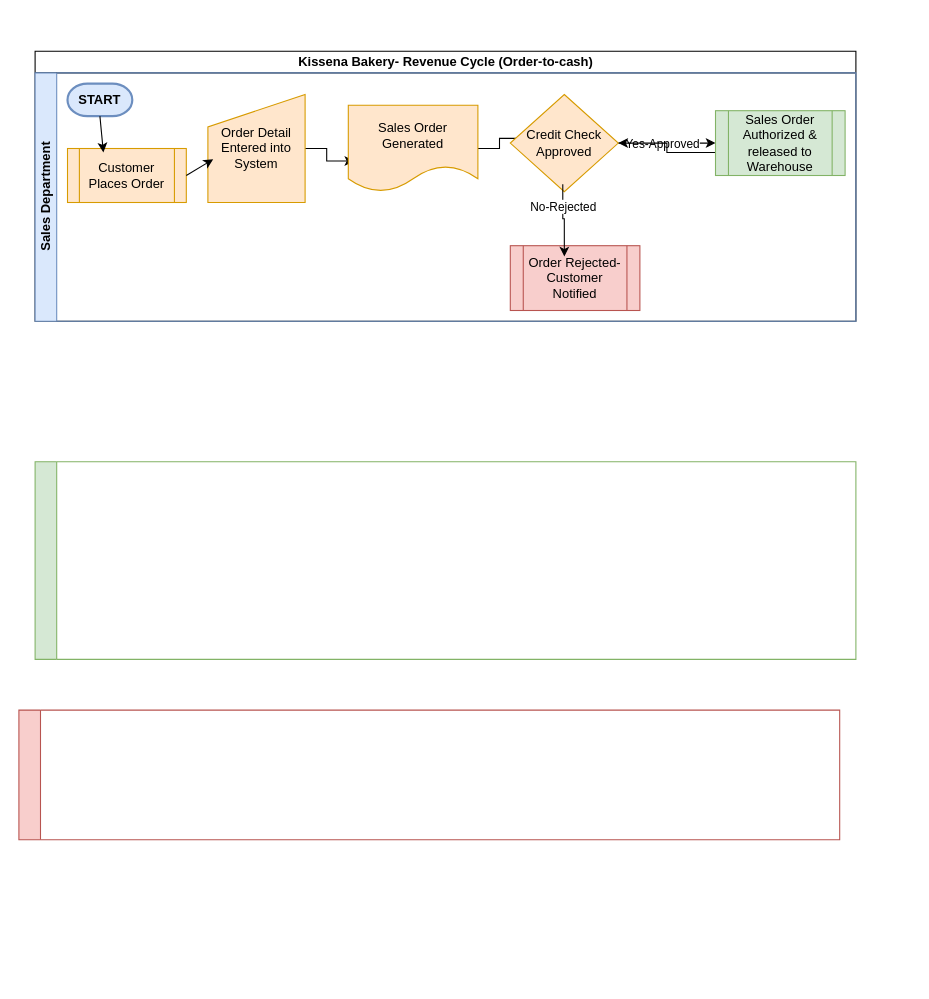
Before: page "Page-1" (1 of 2) of Untitled Diagram.drawio in Kari325/draw.io, a draw.io diagram. Source tidied: cells renumbered, new cells numbered last; positions are measured from the earlier drawing's top-left corner, leaving out a move shared by most shapes. Both pictures are drawn from the tidied source at 108%, with x=0, y=0 at pixel (18, 51).
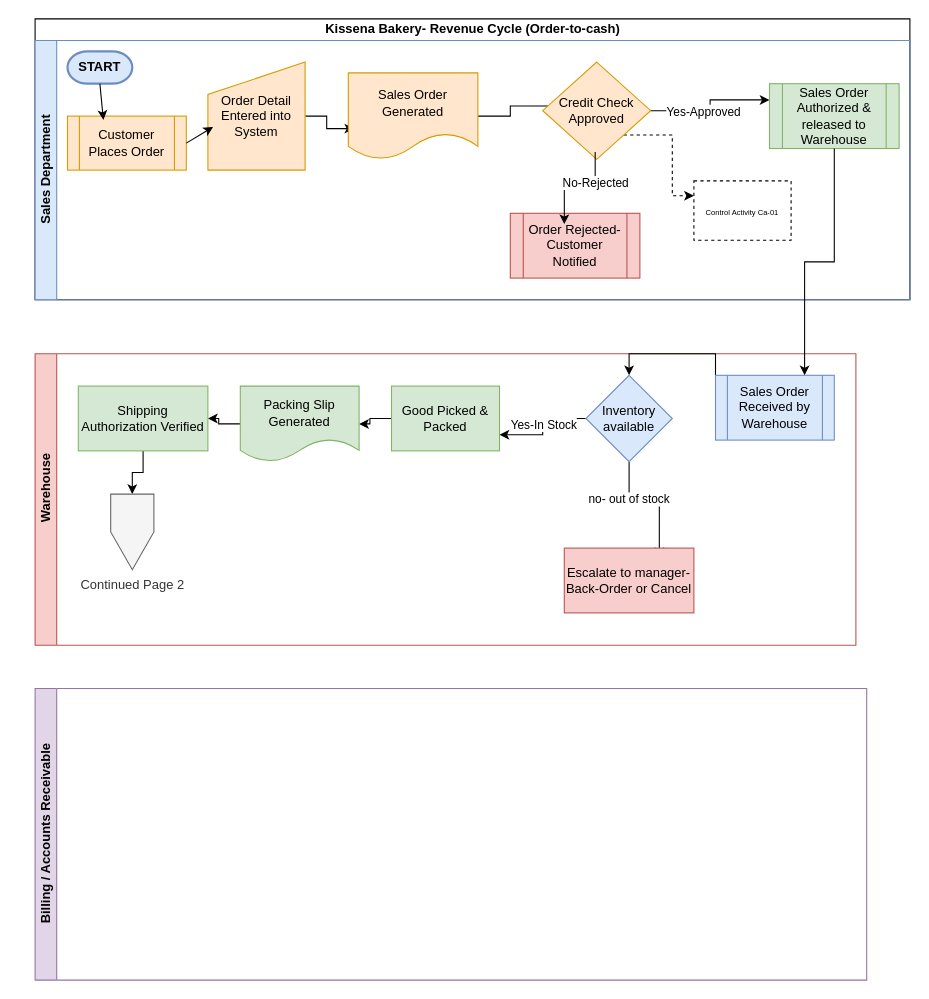
The same page after the edit.

Commit message:
Karina Cabrera

What changed in the source:
```diff
@@
     <mxCell id="2" value="Kissena Bakery- Revenue Cycle (Order-to-cash)" style="swimlane;horizontal=1;startSize=20;html=1;" parent="1" vertex="1">
-      <mxGeometry x="15" width="760" height="250" as="geometry" />
+      <mxGeometry x="15" y="-30" width="810" height="260" as="geometry" />
     </mxCell>
     <mxCell id="3" value="Sales Department" style="swimlane;startSize=20;horizontal=0;html=1;fillColor=#dae8fc;strokeColor=#6c8ebf;" parent="2" vertex="1">
-      <mxGeometry y="20" width="760" height="230" as="geometry" />
+      <mxGeometry y="20" width="810" height="240" as="geometry" />
     </mxCell>
@@
-    <mxCell id="12" style="edgeStyle=orthogonalEdgeStyle;rounded=0;jettySize=auto;html=1;" parent="3" edge="1" source="14">
-      <mxGeometry relative="1" as="geometry">
-        <mxPoint x="630" y="65" as="targetPoint" />
-      </mxGeometry>
+    <mxCell id="12" style="edgeStyle=orthogonalEdgeStyle;rounded=0;jettySize=auto;html=1;entryX=0;entryY=0.25;entryDx=0;entryDy=0;" parent="3" edge="1" source="14" target="19">
+      <mxGeometry relative="1" as="geometry" />
     </mxCell>
@@
+    <mxCell id="22" style="edgeStyle=orthogonalEdgeStyle;rounded=0;jettySize=auto;html=1;exitX=1;exitY=1;exitDx=0;exitDy=0;entryX=0;entryY=0.25;entryDx=0;entryDy=0;dashed=1;" parent="3" edge="1" source="14" target="23">
+      <mxGeometry relative="1" as="geometry" />
+    </mxCell>
     <mxCell id="14" value="Credit Check Approved" style="rhombus;whiteSpace=wrap;html=1;fillColor=#ffe6cc;strokeColor=#d79b00;" parent="3" vertex="1">
-      <mxGeometry x="440" y="20" width="100" height="90" as="geometry" />
+      <mxGeometry x="470" y="20" width="100" height="90" as="geometry" />
     </mxCell>
@@
-    <mxCell id="18" style="edgeStyle=orthogonalEdgeStyle;rounded=0;jettySize=auto;html=1;exitX=0.076;exitY=0.645;exitDx=0;exitDy=0;exitPerimeter=0;" parent="3" edge="1" source="19" target="14">
-      <mxGeometry relative="1" as="geometry" />
-    </mxCell>
     <mxCell id="19" value="Sales Order Authorized &amp;amp; released to Warehouse" style="shape=process;whiteSpace=wrap;html=1;backgroundOutline=1;fillColor=#d5e8d4;strokeColor=#82b366;" parent="3" vertex="1">
-      <mxGeometry x="630" y="35" width="120" height="60" as="geometry" />
+      <mxGeometry x="680" y="40" width="120" height="60" as="geometry" />
     </mxCell>
-    <mxCell id="20" value="&amp;nbsp; &amp;nbsp; &amp;nbsp; &amp;nbsp; &amp;nbsp; &amp;nbsp; &amp;nbsp; &amp;nbsp;&amp;nbsp; " style="swimlane;startSize=20;horizontal=0;html=1;fillColor=#f8cecc;strokeColor=#b85450;" parent="1" vertex="1">
-      <mxGeometry y="610" width="760" height="120" as="geometry" />
-    </mxCell>
+    <mxCell id="23" value="&lt;span style=&quot;font-size: 7px;&quot;&gt;Control Activity Ca-01&lt;/span&gt;" style="html=1;dashed=1;whiteSpace=wrap;" parent="3" vertex="1">
+      <mxGeometry x="610" y="130" width="90" height="55" as="geometry" />
+    </mxCell>
-    <mxCell id="21" value="&amp;nbsp; &amp;nbsp; &amp;nbsp; &amp;nbsp; &amp;nbsp; &amp;nbsp; &amp;nbsp; &amp;nbsp; &amp;nbsp; &amp;nbsp; &amp;nbsp; &amp;nbsp; &amp;nbsp; &amp;nbsp; &amp;nbsp; &amp;nbsp; &amp;nbsp; &amp;nbsp; &amp;nbsp; &amp;nbsp; &amp;nbsp; &amp;nbsp; &amp;nbsp; &amp;nbsp; &amp;nbsp; &amp;nbsp; &amp;nbsp; &amp;nbsp; &amp;nbsp; &amp;nbsp; &amp;nbsp; &amp;nbsp; &amp;nbsp; &amp;nbsp; &amp;nbsp; &amp;nbsp; &amp;nbsp; &amp;nbsp; &amp;nbsp; &amp;nbsp; &amp;nbsp; &amp;nbsp; &amp;nbsp; &amp;nbsp; &amp;nbsp; &amp;nbsp; &amp;nbsp; &amp;nbsp; &amp;nbsp; &amp;nbsp; &amp;nbsp; &amp;nbsp; &amp;nbsp; &amp;nbsp; &amp;nbsp; &amp;nbsp; &amp;nbsp; &amp;nbsp; &amp;nbsp; &amp;nbsp; &amp;nbsp; &amp;nbsp; &amp;nbsp; &amp;nbsp; &amp;nbsp; &amp;nbsp; &amp;nbsp; &amp;nbsp; &amp;nbsp; &amp;nbsp; &amp;nbsp; &amp;nbsp; " style="swimlane;startSize=20;horizontal=0;html=1;fillColor=#d5e8d4;strokeColor=#82b366;" parent="1" vertex="1">
-      <mxGeometry x="15" y="380" width="760" height="183" as="geometry" />
+    <mxCell id="21" value="&amp;nbsp; &amp;nbsp; &amp;nbsp; &amp;nbsp; &amp;nbsp; &amp;nbsp; &amp;nbsp; &amp;nbsp; &amp;nbsp; &amp;nbsp; &amp;nbsp; &amp;nbsp; &amp;nbsp; &amp;nbsp; &amp;nbsp; &amp;nbsp; &amp;nbsp; &amp;nbsp; &amp;nbsp; &amp;nbsp; &amp;nbsp; &amp;nbsp; &amp;nbsp; &amp;nbsp; &amp;nbsp; &amp;nbsp; &amp;nbsp; &amp;nbsp; &amp;nbsp; &amp;nbsp; &amp;nbsp; &amp;nbsp; &amp;nbsp; &amp;nbsp; &amp;nbsp; &amp;nbsp; &amp;nbsp; &amp;nbsp;Warehouse&amp;nbsp; &amp;nbsp; &amp;nbsp; &amp;nbsp; &amp;nbsp; &amp;nbsp; &amp;nbsp; &amp;nbsp; &amp;nbsp; &amp;nbsp; &amp;nbsp; &amp;nbsp; &amp;nbsp; &amp;nbsp; &amp;nbsp; &amp;nbsp; &amp;nbsp; &amp;nbsp; &amp;nbsp; &amp;nbsp; &amp;nbsp; &amp;nbsp; &amp;nbsp; &amp;nbsp; &amp;nbsp; &amp;nbsp; &amp;nbsp; &amp;nbsp; &amp;nbsp; &amp;nbsp; &amp;nbsp; &amp;nbsp; &amp;nbsp; &amp;nbsp; &amp;nbsp;" style="swimlane;startSize=20;horizontal=0;html=1;fillColor=#f8cecc;strokeColor=#b85450;" parent="1" vertex="1">
+      <mxGeometry x="15" y="280" width="760" height="270" as="geometry" />
     </mxCell>
+    <mxCell id="24" style="edgeStyle=orthogonalEdgeStyle;rounded=0;jettySize=auto;html=1;exitX=0;exitY=0;exitDx=0;exitDy=0;entryX=0.5;entryY=0;entryDx=0;entryDy=0;" parent="21" edge="1" source="25" target="30">
+      <mxGeometry relative="1" as="geometry" />
+    </mxCell>
+    <mxCell id="25" value="Sales Order Received by Warehouse" style="shape=process;whiteSpace=wrap;html=1;backgroundOutline=1;fillColor=#dae8fc;strokeColor=#6c8ebf;" parent="21" vertex="1">
+      <mxGeometry x="630" y="20" width="110" height="60" as="geometry" />
+    </mxCell>
+    <mxCell id="26" style="edgeStyle=orthogonalEdgeStyle;rounded=0;jettySize=auto;html=1;exitX=0;exitY=0.5;exitDx=0;exitDy=0;entryX=1;entryY=0.75;entryDx=0;entryDy=0;" parent="21" edge="1" source="30" target="33">
+      <mxGeometry relative="1" as="geometry" />
+    </mxCell>
+    <mxCell id="27" value="Yes-In Stock" style="edgeLabel;html=1;align=center;verticalAlign=middle;" parent="26" vertex="1">
+      <mxGeometry x="-0.06" relative="1" as="geometry" />
+    </mxCell>
+    <mxCell id="28" style="edgeStyle=orthogonalEdgeStyle;rounded=0;jettySize=auto;html=1;exitX=0.5;exitY=1;exitDx=0;exitDy=0;entryX=0.733;entryY=0.14;entryDx=0;entryDy=0;entryPerimeter=0;" parent="21" edge="1" source="30" target="31">
+      <mxGeometry relative="1" as="geometry" />
+    </mxCell>
+    <mxCell id="29" value="no- out of stock" style="edgeLabel;html=1;align=center;verticalAlign=middle;" parent="28" vertex="1">
+      <mxGeometry x="-0.42" y="-1" relative="1" as="geometry" />
+    </mxCell>
+    <mxCell id="30" value="Inventory available" style="rhombus;whiteSpace=wrap;html=1;fillColor=#dae8fc;strokeColor=#6c8ebf;" parent="21" vertex="1">
+      <mxGeometry x="510" y="20" width="80" height="80" as="geometry" />
+    </mxCell>
+    <mxCell id="31" value="Escalate to manager-Back-Order or Cancel" style="rounded=0;whiteSpace=wrap;html=1;fillColor=#f8cecc;strokeColor=#b85450;" parent="21" vertex="1">
+      <mxGeometry x="490" y="180" width="120" height="60" as="geometry" />
+    </mxCell>
+    <mxCell id="32" style="edgeStyle=orthogonalEdgeStyle;rounded=0;jettySize=auto;html=1;exitX=0;exitY=0.5;exitDx=0;exitDy=0;" parent="21" edge="1" source="33" target="35">
+      <mxGeometry relative="1" as="geometry" />
+    </mxCell>
+    <mxCell id="33" value="Good Picked &amp;amp; Packed" style="rounded=0;whiteSpace=wrap;html=1;fillColor=#d5e8d4;strokeColor=#82b366;" parent="21" vertex="1">
+      <mxGeometry x="330" y="30" width="100" height="60" as="geometry" />
+    </mxCell>
+    <mxCell id="34" style="edgeStyle=orthogonalEdgeStyle;rounded=0;jettySize=auto;html=1;exitX=0;exitY=0.5;exitDx=0;exitDy=0;" parent="21" edge="1" source="35" target="37">
+      <mxGeometry relative="1" as="geometry" />
+    </mxCell>
+    <mxCell id="35" value="Packing Slip Generated" style="shape=document;whiteSpace=wrap;html=1;boundedLbl=1;fillColor=#d5e8d4;strokeColor=#82b366;" parent="21" vertex="1">
+      <mxGeometry x="190" y="30" width="110" height="70" as="geometry" />
+    </mxCell>
+    <mxCell id="36" style="edgeStyle=orthogonalEdgeStyle;rounded=0;jettySize=auto;html=1;exitX=0.5;exitY=1;exitDx=0;exitDy=0;" parent="21" edge="1" source="37" target="38">
+      <mxGeometry relative="1" as="geometry" />
+    </mxCell>
+    <mxCell id="37" value="Shipping Authorization Verified" style="rounded=0;whiteSpace=wrap;html=1;fillColor=#d5e8d4;strokeColor=#82b366;" parent="21" vertex="1">
+      <mxGeometry x="40" y="30" width="120" height="60" as="geometry" />
+    </mxCell>
+    <mxCell id="38" value="Continued Page 2&lt;div&gt;&lt;br&gt;&lt;/div&gt;" style="verticalLabelPosition=bottom;verticalAlign=top;html=1;shape=offPageConnector;rounded=0;size=0.5;fillColor=#f5f5f5;fontColor=#333333;strokeColor=#666666;" parent="21" vertex="1">
+      <mxGeometry x="70" y="130" width="40" height="70" as="geometry" />
+    </mxCell>
+    <mxCell id="39" style="edgeStyle=orthogonalEdgeStyle;rounded=0;jettySize=auto;html=1;exitX=0.5;exitY=1;exitDx=0;exitDy=0;entryX=0.75;entryY=0;entryDx=0;entryDy=0;" parent="1" edge="1" source="19" target="25">
+      <mxGeometry relative="1" as="geometry" />
+    </mxCell>
+    <mxCell id="40" value="Billing / Accounts&lt;span style=&quot;background-color: transparent; color: light-dark(rgb(0, 0, 0), rgb(255, 255, 255));&quot;&gt;&amp;nbsp;Receivable&lt;/span&gt;" style="swimlane;startSize=20;horizontal=0;html=1;fillColor=#e1d5e7;strokeColor=#9673a6;" parent="1" vertex="1">
+      <mxGeometry x="15" y="590" width="770" height="270" as="geometry" />
+    </mxCell>
```
